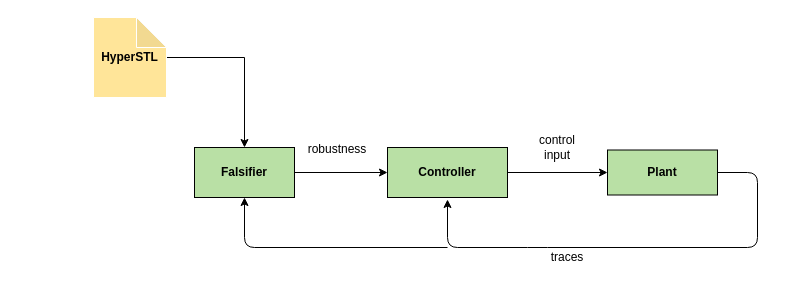
Above: proposal.drawio in ciniks117/diagrams (draw.io), before the change. Source tidied: cells renumbered, new cells numbered last; positions are measured from the earlier drawing's top-left corner, leaving out a move shared by most shapes. Both pictures are drawn from the tidied source at 100%, with x=0, y=0 at pixel (93, 17).
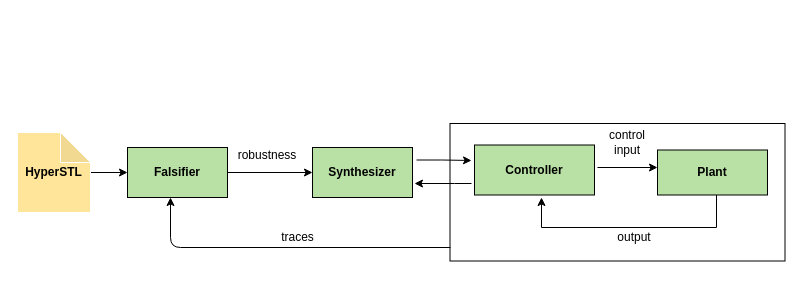
After the change.

Change to the diagram source:
```diff
@@
-    <mxCell id="2" style="edgeStyle=orthogonalEdgeStyle;rounded=0;jettySize=auto;html=1;exitX=1;exitY=0.5;exitDx=0;exitDy=0;entryX=0;entryY=0.5;entryDx=0;entryDy=0;" parent="1" edge="1" source="3" target="5">
+    <mxCell id="2" style="edgeStyle=orthogonalEdgeStyle;rounded=0;jettySize=auto;html=1;exitX=1;exitY=0.5;exitDx=0;exitDy=0;entryX=0;entryY=0.5;entryDx=0;entryDy=0;" parent="1" edge="1" source="3" target="18">
       <mxGeometry relative="1" as="geometry" />
     </mxCell>
     <mxCell id="3" value="&lt;b&gt;Falsifier&lt;/b&gt;" style="rounded=0;whiteSpace=wrap;html=1;fillColor=#B9E0A5;" parent="1" vertex="1">
-      <mxGeometry x="101" y="130" width="100" height="50" as="geometry" />
+      <mxGeometry x="34" y="130" width="100" height="50" as="geometry" />
     </mxCell>
-    <mxCell id="4" style="edgeStyle=orthogonalEdgeStyle;rounded=0;jettySize=auto;html=1;entryX=0;entryY=0.5;entryDx=0;entryDy=0;" parent="1" edge="1" source="5" target="6">
-      <mxGeometry relative="1" as="geometry" />
+    <mxCell id="4" style="edgeStyle=orthogonalEdgeStyle;rounded=0;orthogonalLoop=1;jettySize=auto;html=1;entryX=0;entryY=0.5;entryDx=0;entryDy=0;" parent="1" edge="1">
+      <mxGeometry relative="1" as="geometry">
+        <mxPoint x="504" y="150" as="sourcePoint" />
+        <mxPoint x="564" y="150" as="targetPoint" />
+      </mxGeometry>
     </mxCell>
+    <mxCell id="14" style="edgeStyle=orthogonalEdgeStyle;rounded=0;orthogonalLoop=1;jettySize=auto;html=1;" parent="1" edge="1">
+      <mxGeometry relative="1" as="geometry">
+        <mxPoint x="378" y="166" as="sourcePoint" />
+        <mxPoint x="321" y="166" as="targetPoint" />
+        <Array as="points">
+          <mxPoint x="361" y="166" />
+          <mxPoint x="361" y="166" />
+        </Array>
+      </mxGeometry>
+    </mxCell>
     <mxCell id="5" value="&lt;b&gt;Controller&lt;/b&gt;" style="rounded=0;whiteSpace=wrap;html=1;fillColor=#B9E0A5;" parent="1" vertex="1">
-      <mxGeometry x="294" y="130" width="120" height="50" as="geometry" />
+      <mxGeometry x="381" y="127.5" width="120" height="50" as="geometry" />
     </mxCell>
+    <mxCell id="15" style="edgeStyle=orthogonalEdgeStyle;rounded=0;orthogonalLoop=1;jettySize=auto;html=1;entryX=0.5;entryY=1;entryDx=0;entryDy=0;" parent="1" edge="1">
+      <mxGeometry relative="1" as="geometry">
+        <mxPoint x="623" y="177.5" as="sourcePoint" />
+        <mxPoint x="448" y="180" as="targetPoint" />
+        <Array as="points">
+          <mxPoint x="623" y="210" />
+          <mxPoint x="448" y="210" />
+        </Array>
+      </mxGeometry>
+    </mxCell>
     <mxCell id="6" value="&lt;b&gt;Plant&lt;/b&gt;" style="rounded=0;whiteSpace=wrap;html=1;fillColor=#B9E0A5;" parent="1" vertex="1">
-      <mxGeometry x="514" y="132.5" width="110" height="45" as="geometry" />
+      <mxGeometry x="564" y="132.5" width="110" height="45" as="geometry" />
     </mxCell>
@@
     <mxCell id="8" value="&lt;b&gt;HyperSTL&lt;/b&gt;" style="shape=note;whiteSpace=wrap;html=1;backgroundOutline=1;darkOpacity=0.05;fillColor=#FFE599;strokeColor=#FFFFFF;" parent="1" vertex="1">
-      <mxGeometry width="73" height="80" as="geometry" />
+      <mxGeometry x="-76" y="115" width="73" height="80" as="geometry" />
     </mxCell>
-    <mxCell id="9" style="endArrow=classic;html=1;exitX=1;exitY=0.5;exitDx=0;exitDy=0;" parent="1" edge="1" source="6">
-      <mxGeometry relative="1" as="geometry">
-        <mxPoint x="354" y="182" as="targetPoint" />
-        <Array as="points">
-          <mxPoint x="664" y="155" />
-          <mxPoint x="664" y="230" />
-          <mxPoint x="444" y="230" />
-          <mxPoint x="354" y="230" />
-        </Array>
-      </mxGeometry>
-    </mxCell>
     <mxCell id="10" value="control input" style="text;html=1;strokeColor=none;fillColor=none;align=center;verticalAlign=middle;whiteSpace=wrap;rounded=0;" parent="1" vertex="1">
-      <mxGeometry x="444" y="120" width="40" height="20" as="geometry" />
+      <mxGeometry x="514" y="115" width="40" height="20" as="geometry" />
     </mxCell>
     <mxCell id="11" value="robustness" style="text;html=1;strokeColor=none;fillColor=none;align=center;verticalAlign=middle;whiteSpace=wrap;rounded=0;" parent="1" vertex="1">
-      <mxGeometry x="224" y="121.5" width="40" height="20" as="geometry" />
+      <mxGeometry x="154" y="127.5" width="40" height="20" as="geometry" />
     </mxCell>
-    <mxCell id="12" value="traces" style="text;html=1;strokeColor=none;fillColor=none;align=center;verticalAlign=middle;whiteSpace=wrap;rounded=0;" parent="1" vertex="1">
-      <mxGeometry x="454" y="230" width="40" height="20" as="geometry" />
+    <mxCell id="12" value="output" style="text;html=1;strokeColor=none;fillColor=none;align=center;verticalAlign=middle;whiteSpace=wrap;rounded=0;" parent="1" vertex="1">
+      <mxGeometry x="521" y="210" width="40" height="20" as="geometry" />
     </mxCell>
-    <mxCell id="13" style="endArrow=classic;html=1;entryX=0.5;entryY=1;entryDx=0;entryDy=0;" parent="1" edge="1" target="3">
+    <mxCell id="13" style="endArrow=classic;html=1;entryX=0.5;entryY=1;entryDx=0;entryDy=0;" parent="1" edge="1">
       <mxGeometry relative="1" as="geometry">
-        <mxPoint x="354" y="230" as="sourcePoint" />
+        <mxPoint x="357" y="230" as="sourcePoint" />
+        <mxPoint x="77" y="180" as="targetPoint" />
         <Array as="points">
-          <mxPoint x="151" y="230" />
+          <mxPoint x="77" y="230" />
         </Array>
       </mxGeometry>
     </mxCell>
+    <mxCell id="16" style="rounded=0;whiteSpace=wrap;html=1;fillColor=none;" parent="1" vertex="1">
+      <mxGeometry x="356.5" y="106" width="335" height="137.5" as="geometry" />
+    </mxCell>
+    <mxCell id="17" value="traces" style="text;html=1;align=center;verticalAlign=middle;strokeColor=none;" parent="1" vertex="1">
+      <mxGeometry x="179" y="210" width="50" height="20" as="geometry" />
+    </mxCell>
+    <mxCell id="18" value="&lt;b&gt;Synthesizer&lt;/b&gt;" style="rounded=0;whiteSpace=wrap;html=1;fillColor=#B9E0A5;" parent="1" vertex="1">
+      <mxGeometry x="219" y="130" width="100" height="50" as="geometry" />
+    </mxCell>
+    <mxCell id="19" style="edgeStyle=orthogonalEdgeStyle;rounded=0;orthogonalLoop=1;jettySize=auto;html=1;exitX=1;exitY=0.25;exitDx=0;exitDy=0;" parent="1" edge="1">
+      <mxGeometry relative="1" as="geometry">
+        <mxPoint x="323" y="142.5" as="sourcePoint" />
+        <mxPoint x="378" y="143" as="targetPoint" />
+        <Array as="points">
+          <mxPoint x="348" y="143" />
+          <mxPoint x="348" y="143" />
+        </Array>
+      </mxGeometry>
+    </mxCell>
```
